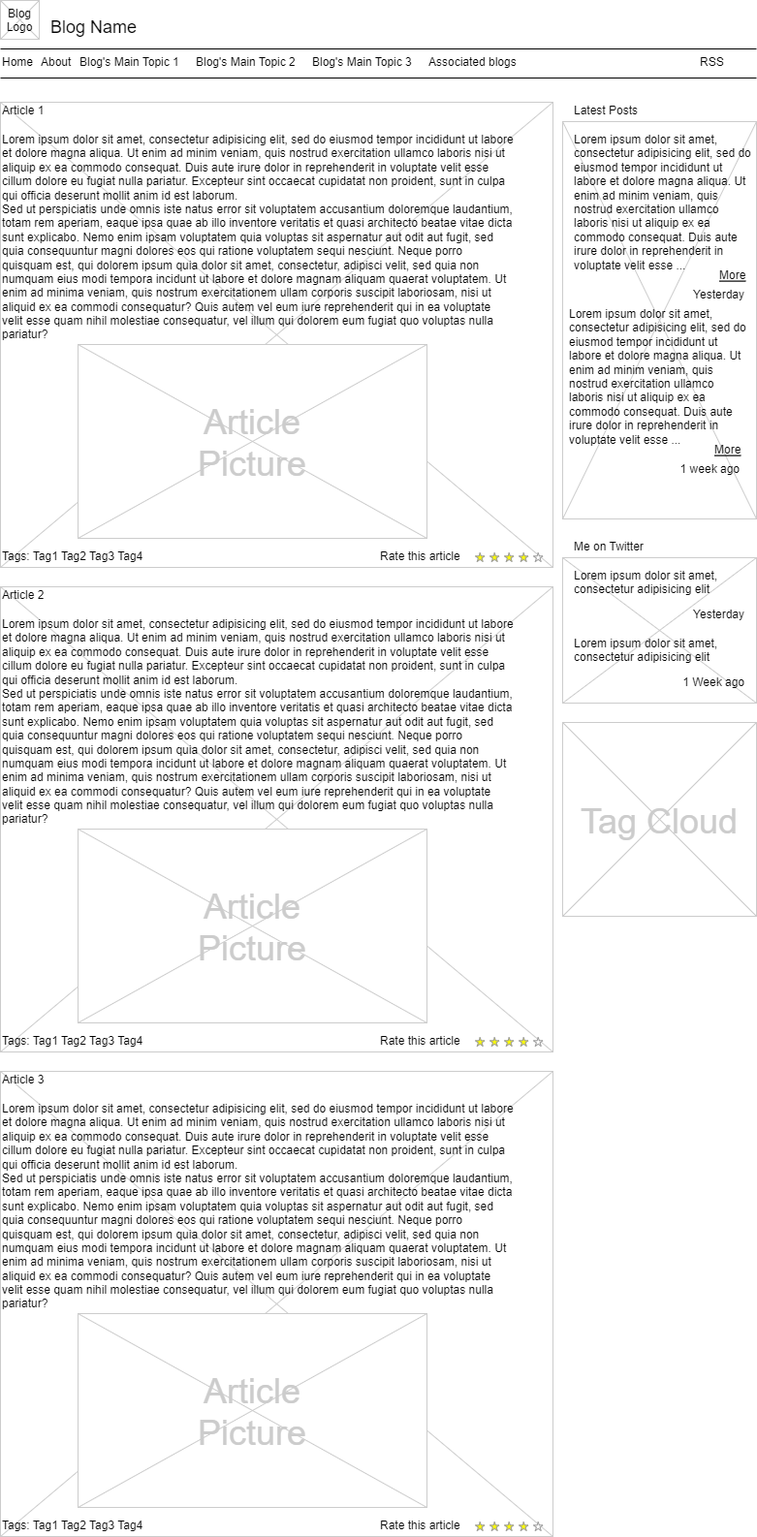
Before: Wireframe no1.png, a diagram exported from draw.io (f2xiao/site). Source tidied: cells renumbered, new cells last; positions are measured from the earlier drawing's top-left corner, leaving out a move shared by most shapes.
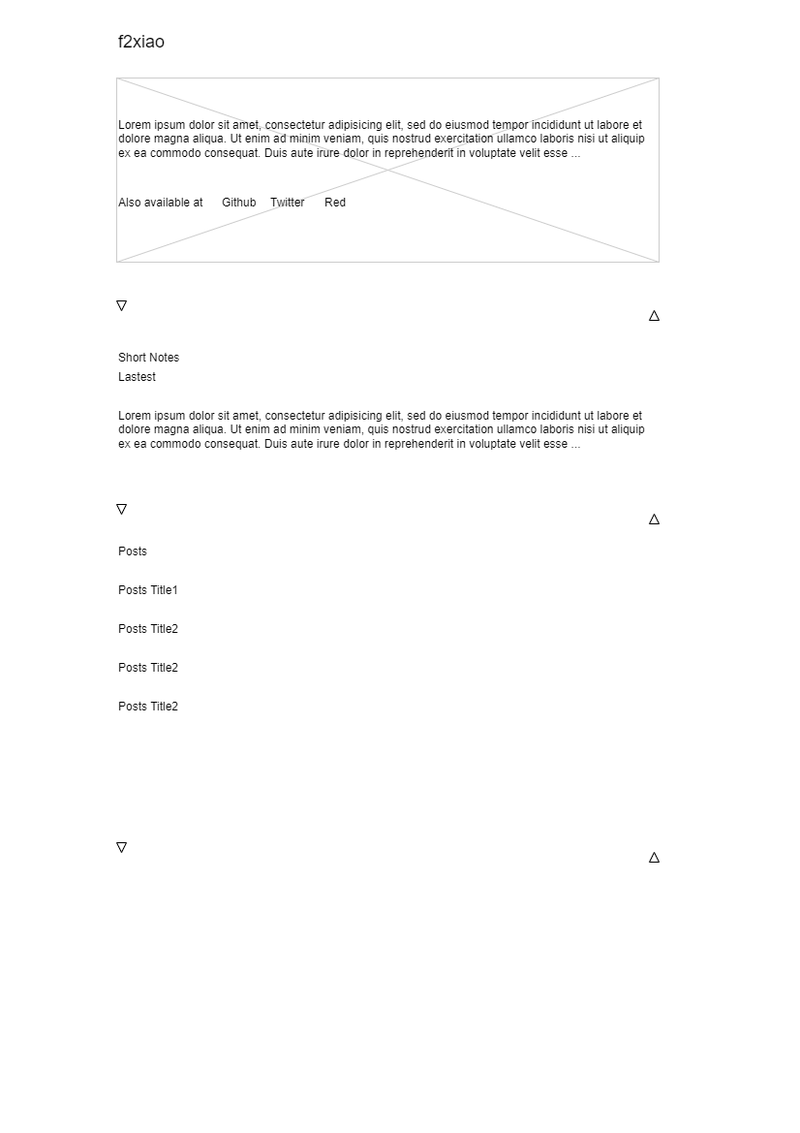
The same file after the commit.

What changed in the source:
```diff
@@ -3,160 +3,67 @@
     <mxCell id="0" />
     <mxCell id="1" parent="0" />
     <mxCell id="2" style="verticalLabelPosition=bottom;verticalAlign=top;strokeWidth=1;shape=mxgraph.mockup.graphics.iconGrid;strokeColor=#CCCCCC;gridSize=1,1;" parent="1" vertex="1">
-      <mxGeometry x="580" y="125" width="200" height="410" as="geometry" />
+      <mxGeometry x="100" y="65" width="560" height="190" as="geometry" />
     </mxCell>
-    <mxCell id="3" style="verticalLabelPosition=bottom;verticalAlign=top;strokeWidth=1;shape=mxgraph.mockup.graphics.iconGrid;strokeColor=#CCCCCC;gridSize=1,1;" parent="1" vertex="1">
-      <mxGeometry y="105" width="570" height="480" as="geometry" />
-    </mxCell>
-    <mxCell id="4" value="Blog Name" style="text;spacingTop=-5;fontSize=18;fontStyle=0;" parent="1" vertex="1">
-      <mxGeometry x="50" y="15" width="230" height="20" as="geometry" />
+    <mxCell id="4" value="f2xiao" style="text;spacingTop=-5;fontSize=18;fontStyle=0;" parent="1" vertex="1">
+      <mxGeometry x="100" y="15" width="230" height="20" as="geometry" />
     </mxCell>
-    <mxCell id="5" style="line;strokeWidth=1;" parent="1" vertex="1">
-      <mxGeometry y="45" width="780" height="10" as="geometry" />
-    </mxCell>
-    <mxCell id="6" style="line;strokeWidth=1;" parent="1" vertex="1">
-      <mxGeometry y="75" width="780" height="10" as="geometry" />
-    </mxCell>
-    <mxCell id="7" value="Home" style="text;spacingTop=-5;" parent="1" vertex="1">
-      <mxGeometry y="55" width="30" height="20" as="geometry" />
-    </mxCell>
-    <mxCell id="8" value="About" style="text;spacingTop=-5;" parent="1" vertex="1">
-      <mxGeometry x="40" y="55" width="30" height="20" as="geometry" />
-    </mxCell>
-    <mxCell id="9" value="Associated blogs" style="text;spacingTop=-5;" parent="1" vertex="1">
-      <mxGeometry x="440" y="55" width="30" height="20" as="geometry" />
-    </mxCell>
-    <mxCell id="10" value="Article 1" style="text;spacingTop=-5;" parent="1" vertex="1">
-      <mxGeometry y="105" width="30" height="20" as="geometry" />
-    </mxCell>
-    <mxCell id="11" value="Lorem ipsum dolor sit amet, consectetur adipisicing elit, sed do eiusmod tempor incididunt ut labore et dolore magna aliqua. Ut enim ad minim veniam, quis nostrud exercitation ullamco laboris nisi ut aliquip ex ea commodo consequat. Duis aute irure dolor in reprehenderit in voluptate velit esse cillum dolore eu fugiat nulla pariatur. Excepteur sint occaecat cupidatat non proident, sunt in culpa qui officia deserunt mollit anim id est laborum.&#10;Sed ut perspiciatis unde omnis iste natus error sit voluptatem accusantium doloremque laudantium, totam rem aperiam, eaque ipsa quae ab illo inventore veritatis et quasi architecto beatae vitae dicta sunt explicabo. Nemo enim ipsam voluptatem quia voluptas sit aspernatur aut odit aut fugit, sed quia consequuntur magni dolores eos qui ratione voluptatem sequi nesciunt. Neque porro quisquam est, qui dolorem ipsum quia dolor sit amet, consectetur, adipisci velit, sed quia non numquam eius modi tempora incidunt ut labore et dolore magnam aliquam quaerat voluptatem. Ut enim ad minima veniam, quis nostrum exercitationem ullam corporis suscipit laboriosam, nisi ut aliquid ex ea commodi consequatur? Quis autem vel eum iure reprehenderit qui in ea voluptate velit esse quam nihil molestiae consequatur, vel illum qui dolorem eum fugiat quo voluptas nulla pariatur?" style="text;spacingTop=-5;whiteSpace=wrap;align=left;" parent="1" vertex="1">
-      <mxGeometry y="135" width="530" height="250" as="geometry" />
-    </mxCell>
-    <mxCell id="12" value="Latest Posts" style="text;spacingTop=-5;" parent="1" vertex="1">
-      <mxGeometry x="590" y="105" width="30" height="20" as="geometry" />
+    <mxCell id="12" value="Also available at" style="text;spacingTop=-5;" parent="1" vertex="1">
+      <mxGeometry x="100" y="185" width="80" height="20" as="geometry" />
     </mxCell>
-    <mxCell id="13" value="RSS" style="text;spacingTop=-5;" parent="1" vertex="1">
-      <mxGeometry x="720" y="55" width="30" height="20" as="geometry" />
-    </mxCell>
     <mxCell id="14" value="Lorem ipsum dolor sit amet, consectetur adipisicing elit, sed do eiusmod tempor incididunt ut labore et dolore magna aliqua. Ut enim ad minim veniam, quis nostrud exercitation ullamco laboris nisi ut aliquip ex ea commodo consequat. Duis aute irure dolor in reprehenderit in voluptate velit esse ..." style="text;spacingTop=-5;whiteSpace=wrap;align=left;" parent="1" vertex="1">
-      <mxGeometry x="590" y="135" width="190" height="140" as="geometry" />
+      <mxGeometry x="100" y="105" width="560" height="50" as="geometry" />
     </mxCell>
-    <mxCell id="15" value="More" style="text;spacingTop=-5;fontStyle=4;" parent="1" vertex="1">
-      <mxGeometry x="740" y="275" width="30" height="20" as="geometry" />
-    </mxCell>
-    <mxCell id="16" value="Yesterday" style="text;spacingTop=-5;fontStyle=0;align=right;" parent="1" vertex="1">
-      <mxGeometry x="740" y="295" width="30" height="20" as="geometry" />
-    </mxCell>
+    <mxCell id="28" value="Short Notes" style="text;spacingTop=-5;" parent="1" vertex="1">
+      <mxGeometry x="100" y="345" width="30" height="20" as="geometry" />
+    </mxCell>
+    <mxCell id="54" value="Github" style="text;spacingTop=-5;" parent="1" vertex="1">
+      <mxGeometry x="207" y="185" width="80" height="20" as="geometry" />
+    </mxCell>
+    <mxCell id="55" value="Twitter" style="text;spacingTop=-5;" parent="1" vertex="1">
+      <mxGeometry x="257" y="185" width="80" height="20" as="geometry" />
+    </mxCell>
+    <mxCell id="56" value="Red" style="text;spacingTop=-5;" parent="1" vertex="1">
+      <mxGeometry x="313" y="185" width="80" height="20" as="geometry" />
+    </mxCell>
+    <mxCell id="57" style="triangle;whiteSpace=wrap;html=1;rotation=90;" parent="1" vertex="1">
+      <mxGeometry x="100" y="295" width="10" height="10" as="geometry" />
+    </mxCell>
+    <mxCell id="58" style="triangle;whiteSpace=wrap;html=1;rotation=-90;" parent="1" vertex="1">
+      <mxGeometry x="650" y="305" width="10" height="10" as="geometry" />
+    </mxCell>
+    <mxCell id="59" value="Posts" style="text;spacingTop=-5;" parent="1" vertex="1">
+      <mxGeometry x="100" y="545" width="30" height="20" as="geometry" />
+    </mxCell>
+    <mxCell id="60" style="triangle;whiteSpace=wrap;html=1;rotation=90;" parent="1" vertex="1">
+      <mxGeometry x="100" y="505" width="10" height="10" as="geometry" />
+    </mxCell>
+    <mxCell id="61" style="triangle;whiteSpace=wrap;html=1;rotation=-90;" parent="1" vertex="1">
+      <mxGeometry x="650" y="515" width="10" height="10" as="geometry" />
+    </mxCell>
+    <mxCell id="62" style="triangle;whiteSpace=wrap;html=1;rotation=90;" parent="1" vertex="1">
+      <mxGeometry x="100" y="854" width="10" height="10" as="geometry" />
+    </mxCell>
+    <mxCell id="63" style="triangle;whiteSpace=wrap;html=1;rotation=-90;" parent="1" vertex="1">
+      <mxGeometry x="650" y="864" width="10" height="10" as="geometry" />
+    </mxCell>
     <mxCell id="17" value="Lorem ipsum dolor sit amet, consectetur adipisicing elit, sed do eiusmod tempor incididunt ut labore et dolore magna aliqua. Ut enim ad minim veniam, quis nostrud exercitation ullamco laboris nisi ut aliquip ex ea commodo consequat. Duis aute irure dolor in reprehenderit in voluptate velit esse ..." style="text;spacingTop=-5;whiteSpace=wrap;align=left;" parent="1" vertex="1">
-      <mxGeometry x="585" y="315" width="190" height="140" as="geometry" />
+      <mxGeometry x="100" y="405" width="560" height="50" as="geometry" />
     </mxCell>
-    <mxCell id="18" value="More" style="text;spacingTop=-5;fontStyle=4;" parent="1" vertex="1">
-      <mxGeometry x="735" y="455" width="30" height="20" as="geometry" />
-    </mxCell>
-    <mxCell id="19" value="1 week ago" style="text;spacingTop=-5;fontStyle=0;align=right;" parent="1" vertex="1">
-      <mxGeometry x="735" y="475" width="30" height="20" as="geometry" />
-    </mxCell>
-    <mxCell id="20" style="verticalLabelPosition=bottom;verticalAlign=top;strokeWidth=1;shape=mxgraph.mockup.graphics.iconGrid;strokeColor=#CCCCCC;gridSize=1,1;" parent="1" vertex="1">
-      <mxGeometry width="40" height="40" as="geometry" />
-    </mxCell>
-    <mxCell id="21" value="Blog &#10;Logo" style="text;spacingTop=-5;align=center;" parent="1" vertex="1">
-      <mxGeometry y="5" width="40" height="40" as="geometry" />
-    </mxCell>
-    <mxCell id="22" value="Blog's Main Topic 1" style="text;spacingTop=-5;" parent="1" vertex="1">
-      <mxGeometry x="80" y="55" width="30" height="20" as="geometry" />
-    </mxCell>
-    <mxCell id="23" value="Blog's Main Topic 2" style="text;spacingTop=-5;" parent="1" vertex="1">
-      <mxGeometry x="200" y="55" width="30" height="20" as="geometry" />
-    </mxCell>
-    <mxCell id="24" value="Blog's Main Topic 3" style="text;spacingTop=-5;" parent="1" vertex="1">
-      <mxGeometry x="320" y="55" width="30" height="20" as="geometry" />
-    </mxCell>
-    <mxCell id="25" style="verticalLabelPosition=bottom;verticalAlign=top;strokeWidth=1;shape=mxgraph.mockup.graphics.iconGrid;strokeColor=#CCCCCC;gridSize=1,1;" parent="1" vertex="1">
-      <mxGeometry x="80" y="355" width="360" height="200" as="geometry" />
-    </mxCell>
-    <mxCell id="26" value="Article&#10;Picture" style="text;spacingTop=-5;align=center;verticalAlign=middle;fontSize=36;fontColor=#CCCCCC;" parent="1" vertex="1">
-      <mxGeometry x="80" y="355" width="360" height="200" as="geometry" />
-    </mxCell>
-    <mxCell id="27" style="verticalLabelPosition=bottom;verticalAlign=top;strokeWidth=1;shape=mxgraph.mockup.graphics.iconGrid;strokeColor=#CCCCCC;gridSize=1,1;" parent="1" vertex="1">
-      <mxGeometry y="605" width="570" height="480" as="geometry" />
-    </mxCell>
-    <mxCell id="28" value="Article 2" style="text;spacingTop=-5;" parent="1" vertex="1">
-      <mxGeometry y="605" width="30" height="20" as="geometry" />
-    </mxCell>
-    <mxCell id="29" value="Lorem ipsum dolor sit amet, consectetur adipisicing elit, sed do eiusmod tempor incididunt ut labore et dolore magna aliqua. Ut enim ad minim veniam, quis nostrud exercitation ullamco laboris nisi ut aliquip ex ea commodo consequat. Duis aute irure dolor in reprehenderit in voluptate velit esse cillum dolore eu fugiat nulla pariatur. Excepteur sint occaecat cupidatat non proident, sunt in culpa qui officia deserunt mollit anim id est laborum.&#10;Sed ut perspiciatis unde omnis iste natus error sit voluptatem accusantium doloremque laudantium, totam rem aperiam, eaque ipsa quae ab illo inventore veritatis et quasi architecto beatae vitae dicta sunt explicabo. Nemo enim ipsam voluptatem quia voluptas sit aspernatur aut odit aut fugit, sed quia consequuntur magni dolores eos qui ratione voluptatem sequi nesciunt. Neque porro quisquam est, qui dolorem ipsum quia dolor sit amet, consectetur, adipisci velit, sed quia non numquam eius modi tempora incidunt ut labore et dolore magnam aliquam quaerat voluptatem. Ut enim ad minima veniam, quis nostrum exercitationem ullam corporis suscipit laboriosam, nisi ut aliquid ex ea commodi consequatur? Quis autem vel eum iure reprehenderit qui in ea voluptate velit esse quam nihil molestiae consequatur, vel illum qui dolorem eum fugiat quo voluptas nulla pariatur?" style="text;spacingTop=-5;whiteSpace=wrap;align=left;" parent="1" vertex="1">
-      <mxGeometry y="635" width="530" height="250" as="geometry" />
-    </mxCell>
-    <mxCell id="30" style="verticalLabelPosition=bottom;verticalAlign=top;strokeWidth=1;shape=mxgraph.mockup.graphics.iconGrid;strokeColor=#CCCCCC;gridSize=1,1;" parent="1" vertex="1">
-      <mxGeometry x="80" y="855" width="360" height="200" as="geometry" />
-    </mxCell>
-    <mxCell id="31" value="Article&#10;Picture" style="text;spacingTop=-5;align=center;verticalAlign=middle;fontSize=36;fontColor=#CCCCCC;" parent="1" vertex="1">
-      <mxGeometry x="80" y="855" width="360" height="200" as="geometry" />
-    </mxCell>
-    <mxCell id="32" style="verticalLabelPosition=bottom;verticalAlign=top;strokeWidth=1;shape=mxgraph.mockup.graphics.iconGrid;strokeColor=#CCCCCC;gridSize=1,1;" parent="1" vertex="1">
-      <mxGeometry y="1105" width="570" height="480" as="geometry" />
-    </mxCell>
-    <mxCell id="33" value="Article 3" style="text;spacingTop=-5;" parent="1" vertex="1">
-      <mxGeometry y="1105" width="30" height="20" as="geometry" />
-    </mxCell>
-    <mxCell id="34" value="Lorem ipsum dolor sit amet, consectetur adipisicing elit, sed do eiusmod tempor incididunt ut labore et dolore magna aliqua. Ut enim ad minim veniam, quis nostrud exercitation ullamco laboris nisi ut aliquip ex ea commodo consequat. Duis aute irure dolor in reprehenderit in voluptate velit esse cillum dolore eu fugiat nulla pariatur. Excepteur sint occaecat cupidatat non proident, sunt in culpa qui officia deserunt mollit anim id est laborum.&#10;Sed ut perspiciatis unde omnis iste natus error sit voluptatem accusantium doloremque laudantium, totam rem aperiam, eaque ipsa quae ab illo inventore veritatis et quasi architecto beatae vitae dicta sunt explicabo. Nemo enim ipsam voluptatem quia voluptas sit aspernatur aut odit aut fugit, sed quia consequuntur magni dolores eos qui ratione voluptatem sequi nesciunt. Neque porro quisquam est, qui dolorem ipsum quia dolor sit amet, consectetur, adipisci velit, sed quia non numquam eius modi tempora incidunt ut labore et dolore magnam aliquam quaerat voluptatem. Ut enim ad minima veniam, quis nostrum exercitationem ullam corporis suscipit laboriosam, nisi ut aliquid ex ea commodi consequatur? Quis autem vel eum iure reprehenderit qui in ea voluptate velit esse quam nihil molestiae consequatur, vel illum qui dolorem eum fugiat quo voluptas nulla pariatur?" style="text;spacingTop=-5;whiteSpace=wrap;align=left;" parent="1" vertex="1">
-      <mxGeometry y="1135" width="530" height="250" as="geometry" />
-    </mxCell>
-    <mxCell id="35" style="verticalLabelPosition=bottom;verticalAlign=top;strokeWidth=1;shape=mxgraph.mockup.graphics.iconGrid;strokeColor=#CCCCCC;gridSize=1,1;" parent="1" vertex="1">
-      <mxGeometry x="80" y="1355" width="360" height="200" as="geometry" />
-    </mxCell>
-    <mxCell id="36" value="Article&#10;Picture" style="text;spacingTop=-5;align=center;verticalAlign=middle;fontSize=36;fontColor=#CCCCCC;" parent="1" vertex="1">
-      <mxGeometry x="80" y="1355" width="360" height="200" as="geometry" />
-    </mxCell>
-    <mxCell id="37" style="verticalLabelPosition=bottom;verticalAlign=top;strokeWidth=1;shape=mxgraph.mockup.misc.rating;strokeColor=#999999;fillColor=#ffff00;emptyFillColor=#ffffff;grade=4;ratingScale=5;ratingStyle=star;" parent="1" vertex="1">
-      <mxGeometry x="490" y="570" width="77.5" height="10" as="geometry" />
-    </mxCell>
-    <mxCell id="38" value="Rate this article" style="text;spacingTop=-5;" parent="1" vertex="1">
-      <mxGeometry x="390" y="565" width="30" height="20" as="geometry" />
-    </mxCell>
-    <mxCell id="39" style="verticalLabelPosition=bottom;verticalAlign=top;strokeWidth=1;shape=mxgraph.mockup.misc.rating;strokeColor=#999999;fillColor=#ffff00;emptyFillColor=#ffffff;grade=4;ratingScale=5;ratingStyle=star;" parent="1" vertex="1">
-      <mxGeometry x="490" y="1070" width="77.5" height="10" as="geometry" />
-    </mxCell>
-    <mxCell id="40" value="Rate this article" style="text;spacingTop=-5;" parent="1" vertex="1">
-      <mxGeometry x="390" y="1065" width="30" height="20" as="geometry" />
-    </mxCell>
-    <mxCell id="41" style="verticalLabelPosition=bottom;verticalAlign=top;strokeWidth=1;shape=mxgraph.mockup.misc.rating;strokeColor=#999999;fillColor=#ffff00;emptyFillColor=#ffffff;grade=4;ratingScale=5;ratingStyle=star;" parent="1" vertex="1">
-      <mxGeometry x="490" y="1570" width="77.5" height="10" as="geometry" />
-    </mxCell>
-    <mxCell id="42" value="Rate this article" style="text;spacingTop=-5;" parent="1" vertex="1">
-      <mxGeometry x="390" y="1565" width="30" height="20" as="geometry" />
-    </mxCell>
-    <mxCell id="43" value="Tags: Tag1 Tag2 Tag3 Tag4" style="text;spacingTop=-5;" parent="1" vertex="1">
-      <mxGeometry y="565" width="210" height="20" as="geometry" />
-    </mxCell>
-    <mxCell id="44" value="Tags: Tag1 Tag2 Tag3 Tag4" style="text;spacingTop=-5;" parent="1" vertex="1">
-      <mxGeometry y="1065" width="210" height="20" as="geometry" />
-    </mxCell>
-    <mxCell id="45" value="Tags: Tag1 Tag2 Tag3 Tag4" style="text;spacingTop=-5;" parent="1" vertex="1">
-      <mxGeometry y="1565" width="210" height="20" as="geometry" />
-    </mxCell>
-    <mxCell id="46" style="verticalLabelPosition=bottom;verticalAlign=top;strokeWidth=1;shape=mxgraph.mockup.graphics.iconGrid;strokeColor=#CCCCCC;gridSize=1,1;" parent="1" vertex="1">
-      <mxGeometry x="580" y="575" width="200" height="150" as="geometry" />
-    </mxCell>
-    <mxCell id="47" value="Me on Twitter" style="text;spacingTop=-5;" parent="1" vertex="1">
-      <mxGeometry x="590" y="555" width="30" height="20" as="geometry" />
-    </mxCell>
-    <mxCell id="48" value="Lorem ipsum dolor sit amet, consectetur adipisicing elit" style="text;spacingTop=-5;whiteSpace=wrap;align=left;" parent="1" vertex="1">
-      <mxGeometry x="590" y="585" width="190" height="40" as="geometry" />
-    </mxCell>
-    <mxCell id="49" value="Yesterday" style="text;spacingTop=-5;fontStyle=0;align=right;" parent="1" vertex="1">
-      <mxGeometry x="740" y="625" width="30" height="20" as="geometry" />
-    </mxCell>
-    <mxCell id="50" style="verticalLabelPosition=bottom;verticalAlign=top;strokeWidth=1;shape=mxgraph.mockup.graphics.iconGrid;strokeColor=#CCCCCC;gridSize=1,1;" parent="1" vertex="1">
-      <mxGeometry x="580" y="745" width="200" height="200" as="geometry" />
-    </mxCell>
-    <mxCell id="51" value="Tag Cloud" style="text;spacingTop=-5;align=center;verticalAlign=middle;fontSize=36;fontColor=#CCCCCC;" parent="1" vertex="1">
-      <mxGeometry x="580" y="745" width="200" height="200" as="geometry" />
-    </mxCell>
-    <mxCell id="52" value="Lorem ipsum dolor sit amet, consectetur adipisicing elit" style="text;spacingTop=-5;whiteSpace=wrap;align=left;" parent="1" vertex="1">
-      <mxGeometry x="590" y="655" width="190" height="40" as="geometry" />
-    </mxCell>
-    <mxCell id="53" value="1 Week ago" style="text;spacingTop=-5;fontStyle=0;align=right;" parent="1" vertex="1">
-      <mxGeometry x="740" y="695" width="30" height="20" as="geometry" />
-    </mxCell>
+    <mxCell id="64" value="Lastest " style="text;spacingTop=-5;fillColor=#FFFFFF;" parent="1" vertex="1">
+      <mxGeometry x="100" y="365" width="30" height="20" as="geometry" />
+    </mxCell>
+    <mxCell id="65" value="Posts Title1" style="text;spacingTop=-5;" parent="1" vertex="1">
+      <mxGeometry x="100" y="585" width="30" height="20" as="geometry" />
+    </mxCell>
+    <mxCell id="66" value="Posts Title2" style="text;spacingTop=-5;" parent="1" vertex="1">
+      <mxGeometry x="100" y="625" width="30" height="20" as="geometry" />
+    </mxCell>
+    <mxCell id="67" value="Posts Title2" style="text;spacingTop=-5;" parent="1" vertex="1">
+      <mxGeometry x="100" y="665" width="30" height="20" as="geometry" />
+    </mxCell>
+    <mxCell id="68" value="Posts Title2" style="text;spacingTop=-5;" parent="1" vertex="1">
+      <mxGeometry x="100" y="705" width="30" height="20" as="geometry" />
+    </mxCell>
   </root>
 </mxGraphModel>
```
